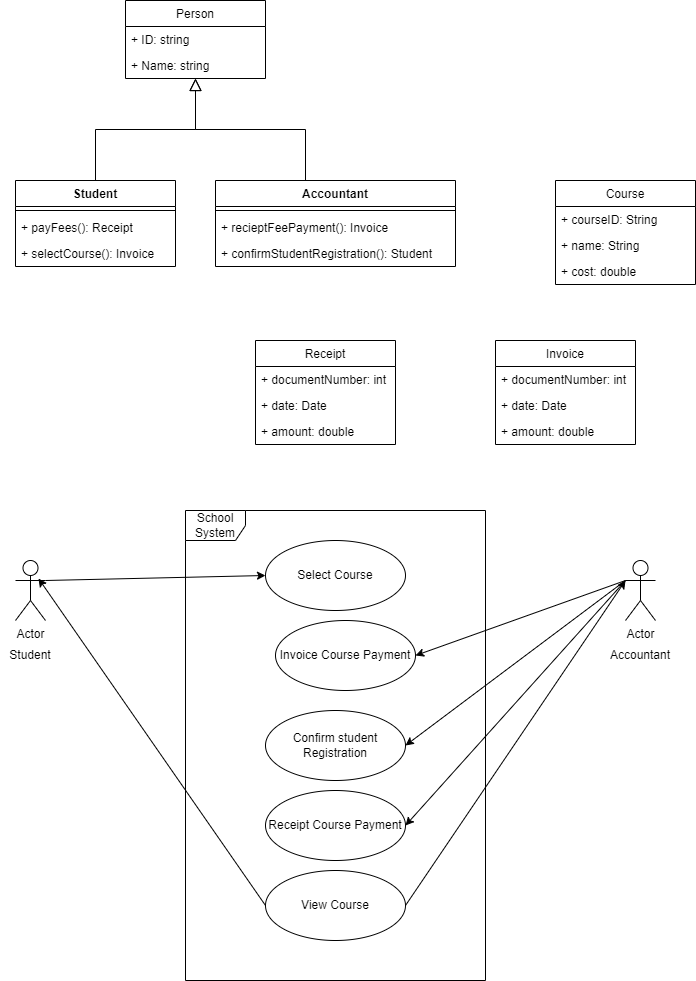
The draw.io diagram mighty-recruiter-master/mighty-recruiter-clone/src/assets/images/CSC210_assign_2.drawio.png in clive-cudi/mighty-recruiter-master, before a commit. Source tidied: cells renumbered, new cells last; positions are measured from the earlier drawing's top-left corner, leaving out a move shared by most shapes.
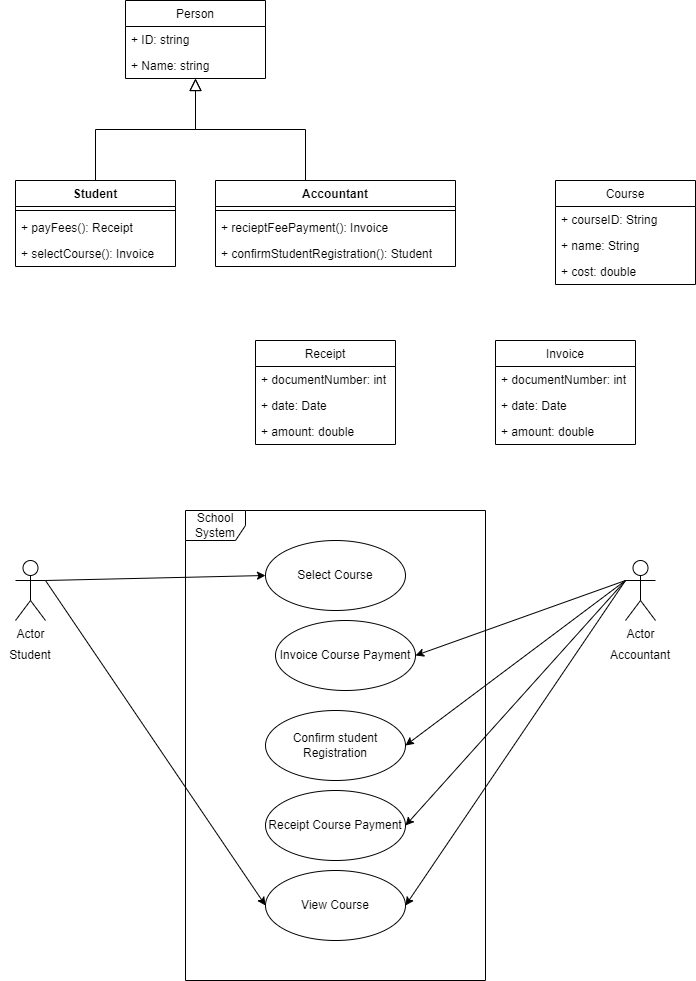
After the change.

Commit message:
usecase_arrows_update

Diff of the diagram source:
```diff
@@ -86,6 +86,9 @@
     <mxCell id="27" style="rounded=0;jettySize=auto;html=1;exitX=1;exitY=0.3333333333333333;exitDx=0;exitDy=0;exitPerimeter=0;entryX=0;entryY=0.5;entryDx=0;entryDy=0;" parent="1" edge="1" source="28" target="33">
       <mxGeometry relative="1" as="geometry" />
     </mxCell>
+    <mxCell id="43" style="edgeStyle=none;rounded=0;jettySize=auto;html=1;exitX=1;exitY=0.3333333333333333;exitDx=0;exitDy=0;exitPerimeter=0;entryX=0;entryY=0.5;entryDx=0;entryDy=0;" parent="1" edge="1" source="28" target="42">
+      <mxGeometry relative="1" as="geometry" />
+    </mxCell>
     <mxCell id="28" value="Actor" style="shape=umlActor;verticalLabelPosition=bottom;verticalAlign=top;html=1;" parent="1" vertex="1">
       <mxGeometry x="15" y="560" width="30" height="60" as="geometry" />
     </mxCell>
@@ -98,6 +101,9 @@
     <mxCell id="31" style="edgeStyle=none;rounded=0;jettySize=auto;html=1;exitX=0;exitY=0.3333333333333333;exitDx=0;exitDy=0;exitPerimeter=0;entryX=1;entryY=0.5;entryDx=0;entryDy=0;" parent="1" edge="1" source="32" target="37">
       <mxGeometry relative="1" as="geometry" />
     </mxCell>
+    <mxCell id="44" style="edgeStyle=none;rounded=0;jettySize=auto;html=1;exitX=0;exitY=0.3333333333333333;exitDx=0;exitDy=0;exitPerimeter=0;entryX=1;entryY=0.5;entryDx=0;entryDy=0;" parent="1" edge="1" source="32" target="42">
+      <mxGeometry relative="1" as="geometry" />
+    </mxCell>
     <mxCell id="32" value="Actor" style="shape=umlActor;verticalLabelPosition=bottom;verticalAlign=top;html=1;" parent="1" vertex="1">
       <mxGeometry x="625" y="560" width="30" height="60" as="geometry" />
     </mxCell>
@@ -122,12 +128,6 @@
     <mxCell id="39" value="Accountant" style="text;html=1;strokeColor=none;fillColor=none;align=center;verticalAlign=middle;whiteSpace=wrap;rounded=0;" parent="1" vertex="1">
       <mxGeometry x="610" y="640" width="60" height="30" as="geometry" />
     </mxCell>
-    <mxCell id="40" style="edgeStyle=none;rounded=0;jettySize=auto;html=1;exitX=1;exitY=0.5;exitDx=0;exitDy=0;entryX=0;entryY=0.3333333333333333;entryDx=0;entryDy=0;entryPerimeter=0;" parent="1" edge="1" source="42" target="32">
-      <mxGeometry relative="1" as="geometry" />
-    </mxCell>
-    <mxCell id="41" style="edgeStyle=none;rounded=0;jettySize=auto;html=1;exitX=0;exitY=0.5;exitDx=0;exitDy=0;entryX=0.767;entryY=0.3;entryDx=0;entryDy=0;entryPerimeter=0;" parent="1" edge="1" source="42" target="28">
-      <mxGeometry relative="1" as="geometry" />
-    </mxCell>
     <mxCell id="42" value="View Course" style="ellipse;whiteSpace=wrap;html=1;" parent="1" vertex="1">
       <mxGeometry x="265" y="870" width="140" height="70" as="geometry" />
     </mxCell>
```
